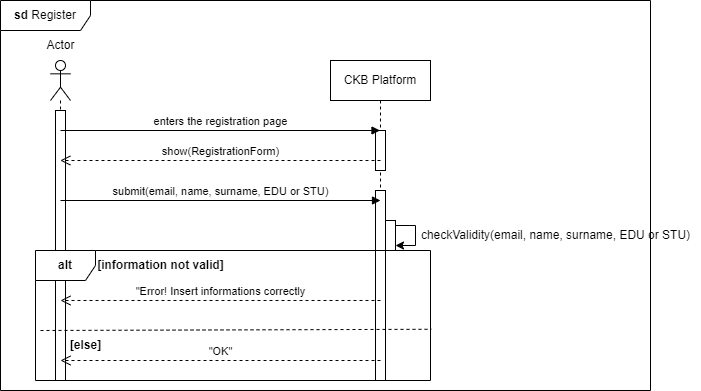
This is RASD/images/sequence_diagrams/ClassDiagram-UC1 -SequenceDiagram.png from pontig/sw-eng-2-PasiniPontiggiaStasi, a draw.io export, as it was before one commit. Source tidied: cells renumbered, new cells last; positions are measured from the earlier drawing's top-left corner, leaving out a move shared by most shapes.
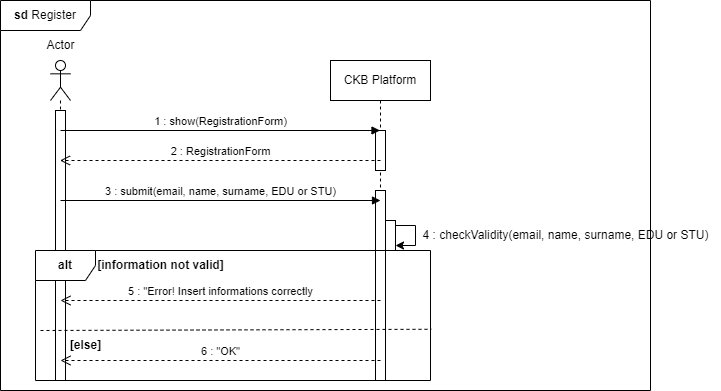
Above is the later version.

Commit message:
fixed class diagram and sequence diagrams of my use cases

What changed in the source:
```diff
@@ -29,23 +29,23 @@
     <mxCell id="10" style="edgeStyle=orthogonalEdgeStyle;rounded=0;orthogonalLoop=1;jettySize=auto;html=1;curved=0;" parent="6" edge="1" source="9" target="9">
       <mxGeometry relative="1" as="geometry" />
     </mxCell>
-    <mxCell id="11" value="enters the registration page" style="html=1;verticalAlign=bottom;endArrow=block;curved=0;rounded=0;" parent="1" edge="1" target="6">
+    <mxCell id="11" value="1 : show(RegistrationForm)" style="html=1;verticalAlign=bottom;endArrow=block;curved=0;rounded=0;" parent="1" edge="1" target="6">
       <mxGeometry relative="1" as="geometry">
         <mxPoint x="60" y="130" as="sourcePoint" />
       </mxGeometry>
     </mxCell>
-    <mxCell id="12" value="show(RegistrationForm)" style="html=1;verticalAlign=bottom;endArrow=open;dashed=1;endSize=8;curved=0;rounded=0;" parent="1" edge="1" target="3">
+    <mxCell id="12" value="2 : RegistrationForm" style="html=1;verticalAlign=bottom;endArrow=open;dashed=1;endSize=8;curved=0;rounded=0;" parent="1" edge="1" target="3">
       <mxGeometry relative="1" as="geometry">
         <mxPoint x="380" y="160" as="sourcePoint" />
       </mxGeometry>
     </mxCell>
-    <mxCell id="13" value="submit(email, name, surname, EDU or STU)" style="html=1;verticalAlign=bottom;endArrow=block;curved=0;rounded=0;" parent="1" edge="1">
+    <mxCell id="13" value="3 : submit(email, name, surname, EDU or STU)" style="html=1;verticalAlign=bottom;endArrow=block;curved=0;rounded=0;" parent="1" edge="1">
       <mxGeometry relative="1" as="geometry">
         <mxPoint x="60" y="200" as="sourcePoint" />
         <mxPoint x="380" y="200" as="targetPoint" />
       </mxGeometry>
     </mxCell>
-    <mxCell id="14" value="&quot;OK&quot;" style="html=1;verticalAlign=bottom;endArrow=open;dashed=1;endSize=8;curved=0;rounded=0;" parent="1" edge="1">
+    <mxCell id="14" value="6 : &quot;OK&quot;" style="html=1;verticalAlign=bottom;endArrow=open;dashed=1;endSize=8;curved=0;rounded=0;" parent="1" edge="1">
       <mxGeometry relative="1" as="geometry">
         <mxPoint x="380" y="360" as="sourcePoint" />
         <mxPoint x="60" y="360" as="targetPoint" />
@@ -57,14 +57,14 @@
     <mxCell id="16" value="&lt;b&gt;[information not valid]&lt;/b&gt;" style="text;html=1;align=center;verticalAlign=middle;strokeColor=none;fillColor=none;" parent="1" vertex="1">
       <mxGeometry x="85" y="250" width="150" height="30" as="geometry" />
     </mxCell>
-    <mxCell id="17" value="&quot;Error! Insert informations correctly" style="html=1;verticalAlign=bottom;endArrow=open;dashed=1;endSize=8;curved=0;rounded=0;" parent="1" edge="1">
+    <mxCell id="17" value="5 : &quot;Error! Insert informations correctly" style="html=1;verticalAlign=bottom;endArrow=open;dashed=1;endSize=8;curved=0;rounded=0;" parent="1" edge="1">
       <mxGeometry relative="1" as="geometry">
         <mxPoint x="380" y="300" as="sourcePoint" />
         <mxPoint x="60" y="300" as="targetPoint" />
       </mxGeometry>
     </mxCell>
-    <mxCell id="18" value="checkValidity(email, name, surname, EDU or STU)" style="text;html=1;align=center;verticalAlign=middle;strokeColor=none;fillColor=none;rotation=0;" parent="1" vertex="1">
-      <mxGeometry x="410" y="220" width="290" height="30" as="geometry" />
+    <mxCell id="18" value="4 : checkValidity(email, name, surname, EDU or STU)" style="text;html=1;align=center;verticalAlign=middle;strokeColor=none;fillColor=none;rotation=0;" parent="1" vertex="1">
+      <mxGeometry x="410" y="220" width="310" height="30" as="geometry" />
     </mxCell>
     <mxCell id="19" style="endArrow=none;dashed=1;html=1;rounded=0;entryX=1.002;entryY=0.606;entryDx=0;entryDy=0;entryPerimeter=0;" parent="1" edge="1" target="15">
       <mxGeometry relative="1" as="geometry">
```
